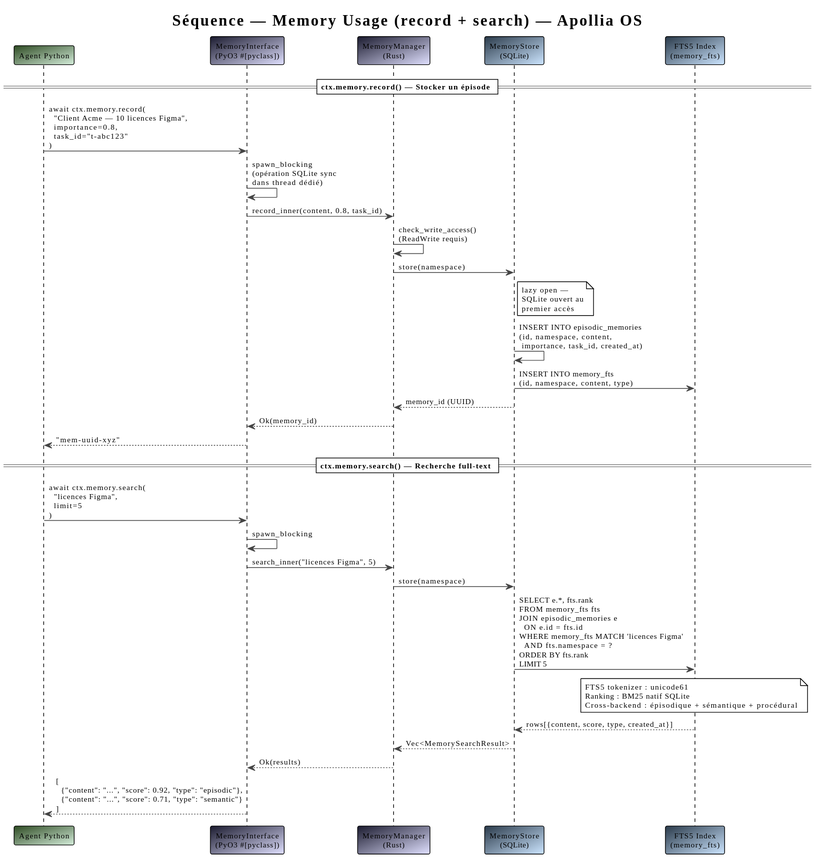
Before: book/src/architecture/diagrams/seq-memory-usage.svg, a diagram exported from PlantUML (nidal-z/apollia-os).
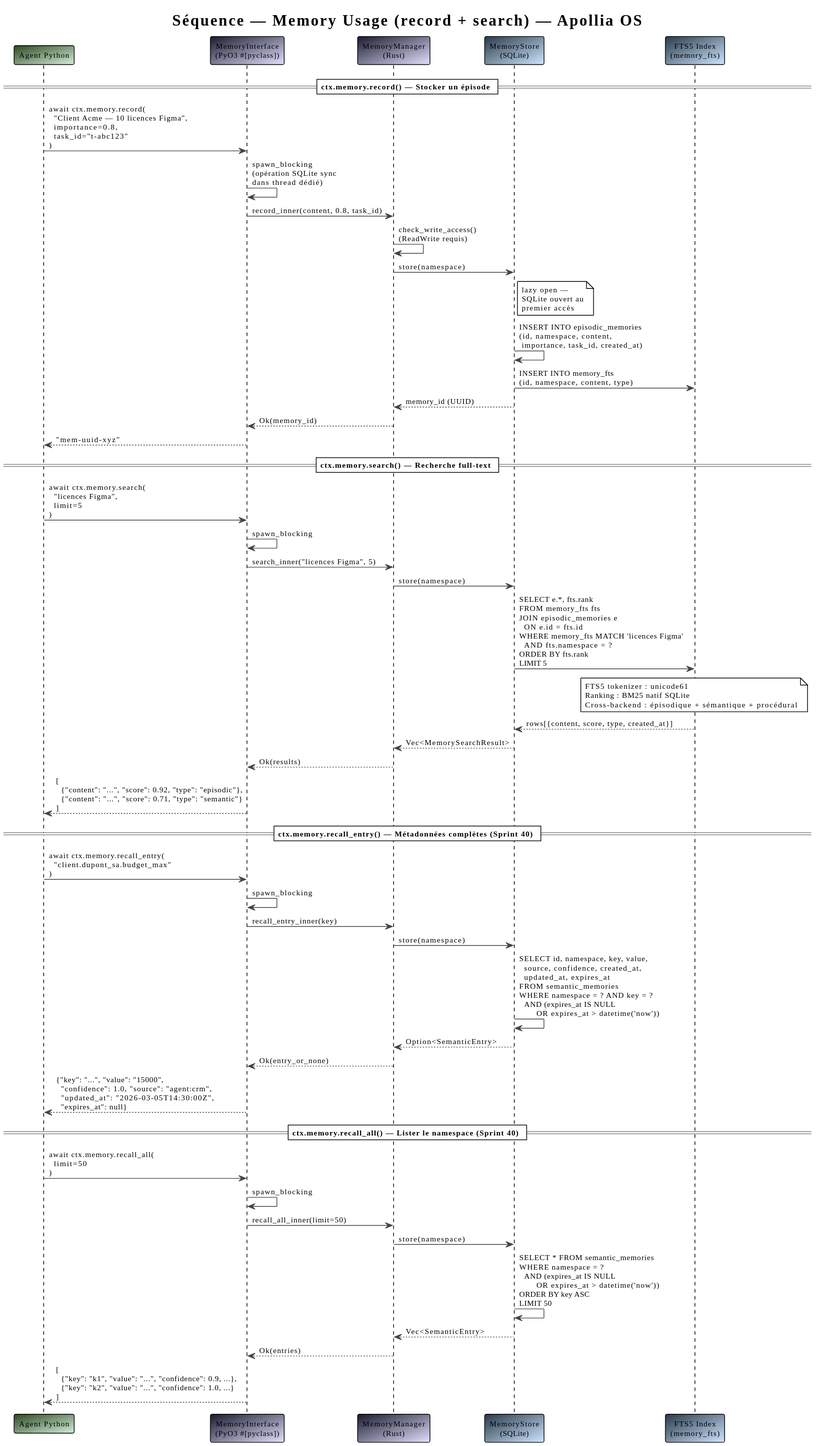
The same diagram one commit later.

What changed in the source:
```diff
@@ -53,4 +53,34 @@
 store --> mgr : Vec<MemorySearchResult>
 mgr --> iface : Ok(results)
 iface --> agent : [\n  {"content": "...", "score": 0.92, "type": "episodic"},\n  {"content": "...", "score": 0.71, "type": "semantic"}\n]
+
+== ctx.memory.recall_entry() — Métadonnées complètes (Sprint 40) ==
+
+agent -> iface : await ctx.memory.recall_entry(\n  "client.dupont_sa.budget_max"\n)
+
+iface -> iface : spawn_blocking
+
+iface -> mgr : recall_entry_inner(key)
+mgr -> store : store(namespace)
+
+store -> store : SELECT id, namespace, key, value,\n  source, confidence, created_at,\n  updated_at, expires_at\nFROM semantic_memories\nWHERE namespace = ? AND key = ?\n  AND (expires_at IS NULL\n       OR expires_at > datetime('now'))
+
+store --> mgr : Option<SemanticEntry>
+mgr --> iface : Ok(entry_or_none)
+iface --> agent : {"key": "...", "value": "15000",\n  "confidence": 1.0, "source": "agent:crm",\n  "updated_at": "2026-03-05T14:30:00Z",\n  "expires_at": null}
+
+== ctx.memory.recall_all() — Lister le namespace (Sprint 40) ==
+
+agent -> iface : await ctx.memory.recall_all(\n  limit=50\n)
+
+iface -> iface : spawn_blocking
+
+iface -> mgr : recall_all_inner(limit=50)
+mgr -> store : store(namespace)
+
+store -> store : SELECT * FROM semantic_memories\nWHERE namespace = ?\n  AND (expires_at IS NULL\n       OR expires_at > datetime('now'))\nORDER BY key ASC\nLIMIT 50
+
+store --> mgr : Vec<SemanticEntry>
+mgr --> iface : Ok(entries)
+iface --> agent : [\n  {"key": "k1", "value": "...", "confidence": 0.9, ...},\n  {"key": "k2", "value": "...", "confidence": 1.0, ...}\n]
 @enduml
```
